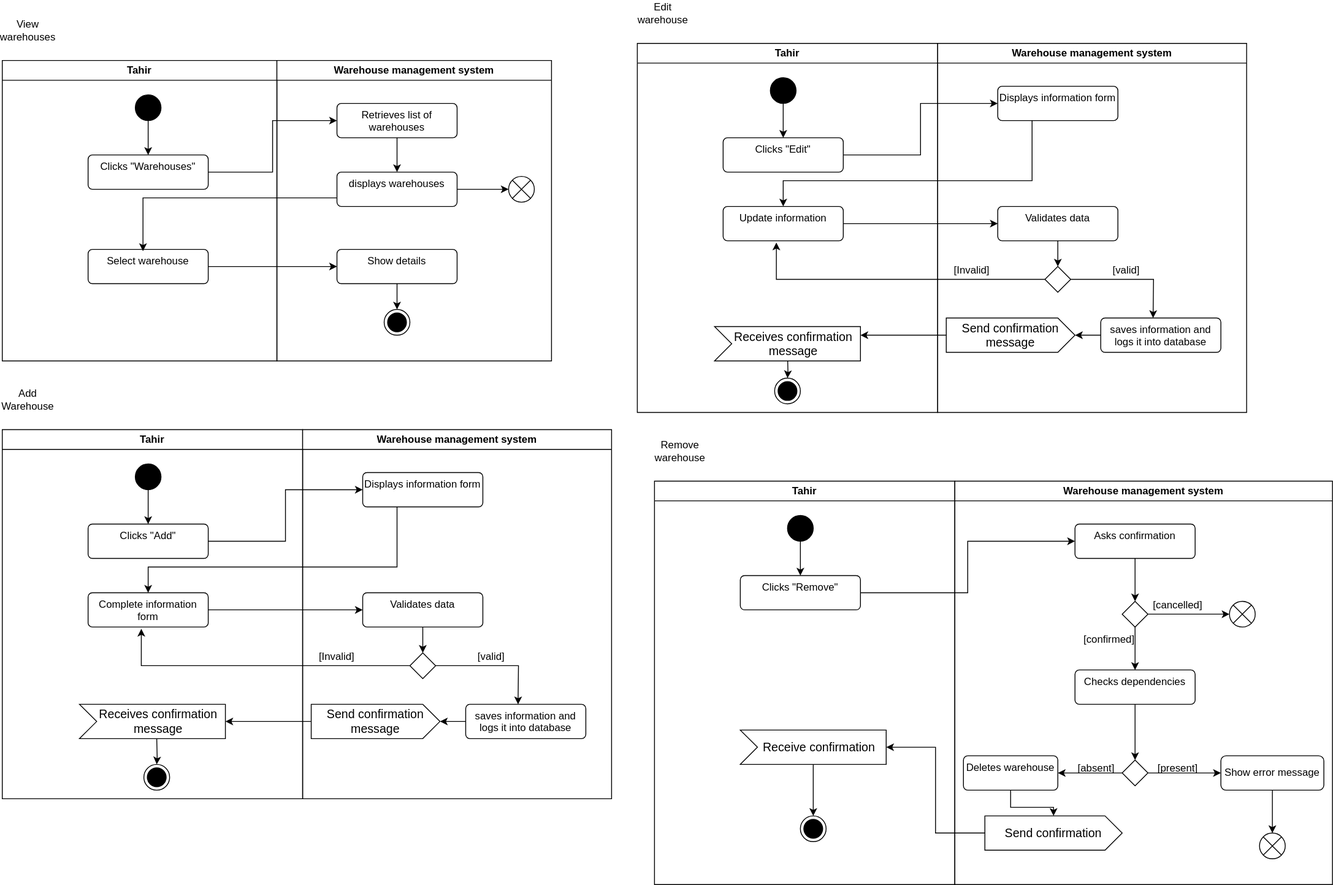
Above: warehouse_act.svg in Simamkele88/IFM3_GP (draw.io), before the change. Source tidied: cells renumbered, new cells last; positions are measured from the earlier drawing's top-left corner, leaving out a move shared by most shapes.
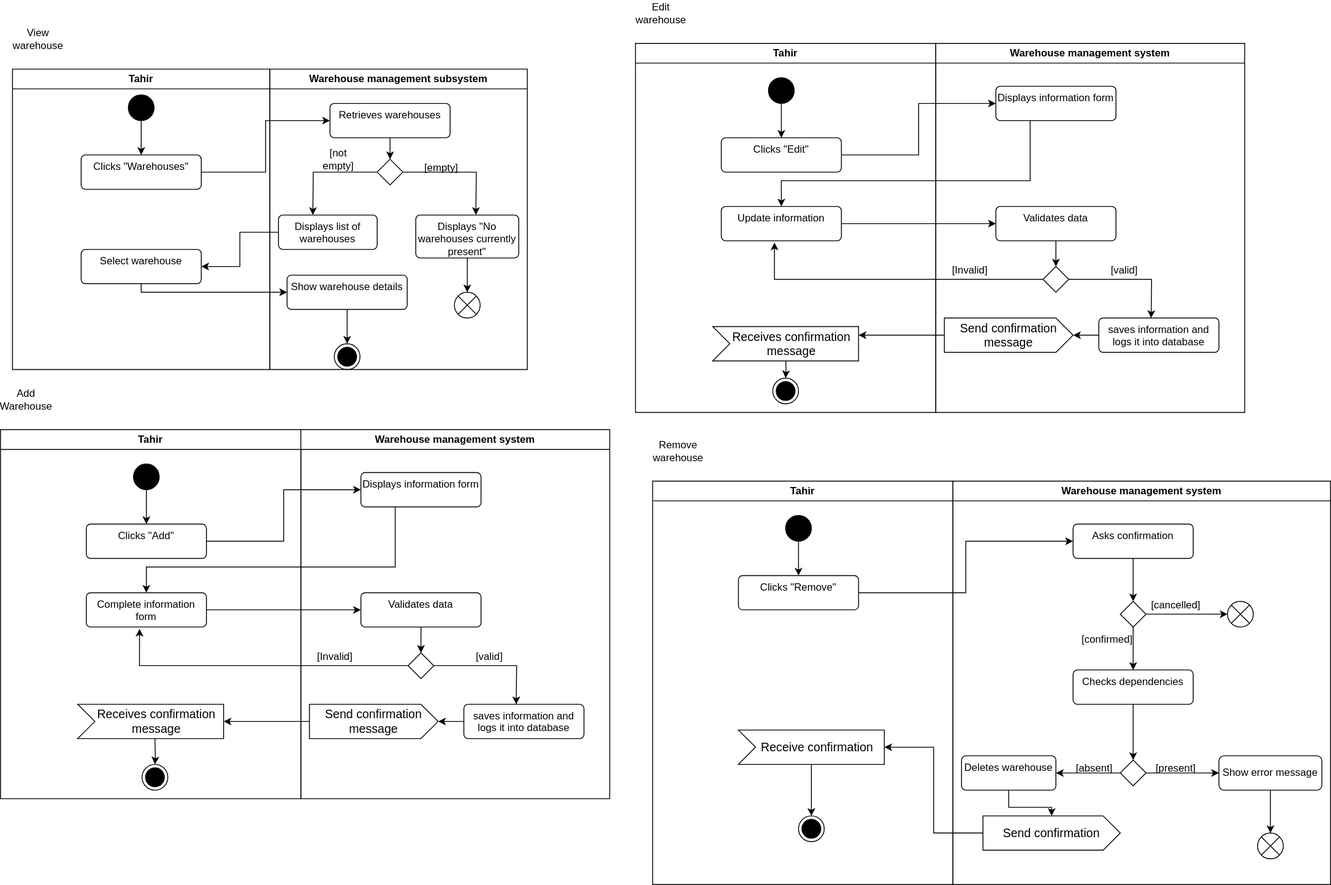
The same diagram one commit later.

Diff of the diagram source:
```diff
@@ -2,67 +2,6 @@
   <root>
     <mxCell id="0" />
     <mxCell id="1" parent="0" />
-    <mxCell id="2" value="Tahir" style="swimlane;whiteSpace=wrap;html=1;" parent="1" vertex="1">
-      <mxGeometry y="70" width="320" height="350" as="geometry" />
-    </mxCell>
-    <mxCell id="3" style="edgeStyle=orthogonalEdgeStyle;rounded=0;jettySize=auto;html=1;" parent="2" edge="1" source="4" target="5">
-      <mxGeometry relative="1" as="geometry" />
-    </mxCell>
-    <mxCell id="4" style="ellipse;fillColor=strokeColor;html=1;" parent="2" vertex="1">
-      <mxGeometry x="155" y="40" width="30" height="30" as="geometry" />
-    </mxCell>
-    <mxCell id="5" value="Clicks &quot;Warehouses&quot;" style="html=1;align=center;verticalAlign=top;rounded=1;absoluteArcSize=1;arcSize=10;dashed=0;whiteSpace=wrap;" parent="2" vertex="1">
-      <mxGeometry x="100" y="110" width="140" height="40" as="geometry" />
-    </mxCell>
-    <mxCell id="6" value="Select warehouse" style="html=1;align=center;verticalAlign=top;rounded=1;absoluteArcSize=1;arcSize=10;dashed=0;whiteSpace=wrap;" parent="2" vertex="1">
-      <mxGeometry x="100" y="220" width="140" height="40" as="geometry" />
-    </mxCell>
-    <mxCell id="7" value="Warehouse management system" style="swimlane;whiteSpace=wrap;html=1;" parent="1" vertex="1">
-      <mxGeometry x="320" y="70" width="320" height="350" as="geometry" />
-    </mxCell>
-    <mxCell id="8" style="edgeStyle=orthogonalEdgeStyle;rounded=0;jettySize=auto;html=1;" parent="7" edge="1" source="9" target="11">
-      <mxGeometry relative="1" as="geometry" />
-    </mxCell>
-    <mxCell id="9" value="Retrieves list of warehouses" style="html=1;align=center;verticalAlign=top;rounded=1;absoluteArcSize=1;arcSize=10;dashed=0;whiteSpace=wrap;" parent="7" vertex="1">
-      <mxGeometry x="70" y="50" width="140" height="40" as="geometry" />
-    </mxCell>
-    <mxCell id="10" style="edgeStyle=orthogonalEdgeStyle;rounded=0;jettySize=auto;html=1;" parent="7" edge="1" source="11" target="14">
-      <mxGeometry relative="1" as="geometry" />
-    </mxCell>
-    <mxCell id="11" value="displays warehouses" style="html=1;align=center;verticalAlign=top;rounded=1;absoluteArcSize=1;arcSize=10;dashed=0;whiteSpace=wrap;" parent="7" vertex="1">
-      <mxGeometry x="70" y="130" width="140" height="40" as="geometry" />
-    </mxCell>
-    <mxCell id="12" style="edgeStyle=orthogonalEdgeStyle;rounded=0;jettySize=auto;html=1;" parent="7" edge="1" source="13" target="15">
-      <mxGeometry relative="1" as="geometry" />
-    </mxCell>
-    <mxCell id="13" value="Show details" style="html=1;align=center;verticalAlign=top;rounded=1;absoluteArcSize=1;arcSize=10;dashed=0;whiteSpace=wrap;" parent="7" vertex="1">
-      <mxGeometry x="70" y="220" width="140" height="40" as="geometry" />
-    </mxCell>
-    <mxCell id="14" style="shape=sumEllipse;perimeter=ellipsePerimeter;html=1;backgroundOutline=1;" parent="7" vertex="1">
-      <mxGeometry x="270" y="135" width="30" height="30" as="geometry" />
-    </mxCell>
-    <mxCell id="15" style="ellipse;html=1;shape=endState;fillColor=strokeColor;" parent="7" vertex="1">
-      <mxGeometry x="125" y="290" width="30" height="30" as="geometry" />
-    </mxCell>
-    <mxCell id="16" style="edgeStyle=orthogonalEdgeStyle;rounded=0;jettySize=auto;html=1;entryX=0.457;entryY=0.05;entryDx=0;entryDy=0;entryPerimeter=0;" parent="1" edge="1" source="11" target="6">
-      <mxGeometry relative="1" as="geometry">
-        <Array as="points">
-          <mxPoint x="164" y="230" />
-        </Array>
-      </mxGeometry>
-    </mxCell>
-    <mxCell id="17" style="edgeStyle=orthogonalEdgeStyle;rounded=0;jettySize=auto;html=1;entryX=0;entryY=0.5;entryDx=0;entryDy=0;" parent="1" edge="1" source="5" target="9">
-      <mxGeometry relative="1" as="geometry" />
-    </mxCell>
-    <mxCell id="18" style="edgeStyle=orthogonalEdgeStyle;rounded=0;jettySize=auto;html=1;" parent="1" edge="1" source="6" target="13">
-      <mxGeometry relative="1" as="geometry" />
-    </mxCell>
-    <mxCell id="19" value="View warehouses" style="text;html=1;align=center;verticalAlign=middle;whiteSpace=wrap;rounded=0;" parent="1" vertex="1">
-      <mxGeometry y="20" width="60" height="30" as="geometry" />
-    </mxCell>
-    <mxCell id="20" style="edgeStyle=orthogonalEdgeStyle;rounded=0;orthogonalLoop=1;jettySize=auto;html=1;exitX=0.5;exitY=1;exitDx=0;exitDy=0;" parent="1" edge="1" source="19" target="19">
-      <mxGeometry relative="1" as="geometry" />
-    </mxCell>
     <mxCell id="21" value="Tahir" style="swimlane;whiteSpace=wrap;html=1;" parent="1" vertex="1">
       <mxGeometry y="500" width="350" height="430" as="geometry" />
     </mxCell>
@@ -342,5 +281,85 @@
     <mxCell id="105" style="edgeStyle=orthogonalEdgeStyle;rounded=0;jettySize=auto;html=1;entryX=1;entryY=0.5;entryDx=0;entryDy=0;entryPerimeter=0;" parent="1" edge="1" source="101" target="79">
       <mxGeometry relative="1" as="geometry" />
     </mxCell>
+    <mxCell id="2" value="Tahir" style="swimlane;whiteSpace=wrap;html=1;" parent="1" vertex="1">
+      <mxGeometry x="14" y="80" width="300" height="350" as="geometry" />
+    </mxCell>
+    <mxCell id="106" style="edgeStyle=orthogonalEdgeStyle;rounded=0;jettySize=auto;html=1;" parent="2" edge="1" source="107" target="5">
+      <mxGeometry relative="1" as="geometry" />
+    </mxCell>
+    <mxCell id="107" style="ellipse;fillColor=strokeColor;html=1;" parent="2" vertex="1">
+      <mxGeometry x="135" y="30" width="30" height="30" as="geometry" />
+    </mxCell>
+    <mxCell id="5" value="Clicks &quot;Warehouses&quot;" style="html=1;align=center;verticalAlign=top;rounded=1;absoluteArcSize=1;arcSize=10;dashed=0;whiteSpace=wrap;" parent="2" vertex="1">
+      <mxGeometry x="80" y="100" width="140" height="40" as="geometry" />
+    </mxCell>
+    <mxCell id="6" value="Select warehouse" style="html=1;align=center;verticalAlign=top;rounded=1;absoluteArcSize=1;arcSize=10;dashed=0;whiteSpace=wrap;" parent="2" vertex="1">
+      <mxGeometry x="80" y="210" width="140" height="40" as="geometry" />
+    </mxCell>
+    <mxCell id="108" value="Warehouse management subsystem" style="swimlane;whiteSpace=wrap;html=1;" parent="1" vertex="1">
+      <mxGeometry x="314" y="80" width="300" height="350" as="geometry" />
+    </mxCell>
+    <mxCell id="109" style="edgeStyle=orthogonalEdgeStyle;rounded=0;jettySize=auto;html=1;" parent="108" edge="1" source="110" target="113">
+      <mxGeometry relative="1" as="geometry" />
+    </mxCell>
+    <mxCell id="110" value="Retrieves warehouses" style="html=1;align=center;verticalAlign=top;rounded=1;absoluteArcSize=1;arcSize=10;dashed=0;whiteSpace=wrap;" parent="108" vertex="1">
+      <mxGeometry x="70" y="40" width="140" height="40" as="geometry" />
+    </mxCell>
+    <mxCell id="111" style="edgeStyle=orthogonalEdgeStyle;rounded=0;jettySize=auto;html=1;" parent="108" edge="1" source="113">
+      <mxGeometry relative="1" as="geometry">
+        <mxPoint x="50" y="170" as="targetPoint" />
+      </mxGeometry>
+    </mxCell>
+    <mxCell id="112" style="edgeStyle=orthogonalEdgeStyle;rounded=0;jettySize=auto;html=1;" parent="108" edge="1" source="113">
+      <mxGeometry relative="1" as="geometry">
+        <mxPoint x="240" y="170" as="targetPoint" />
+      </mxGeometry>
+    </mxCell>
+    <mxCell id="113" style="rhombus;" parent="108" vertex="1">
+      <mxGeometry x="125" y="105" width="30" height="30" as="geometry" />
+    </mxCell>
+    <mxCell id="114" value="Displays list of warehouses" style="html=1;align=center;verticalAlign=top;rounded=1;absoluteArcSize=1;arcSize=10;dashed=0;whiteSpace=wrap;" parent="108" vertex="1">
+      <mxGeometry x="10" y="170" width="115" height="40" as="geometry" />
+    </mxCell>
+    <mxCell id="115" style="edgeStyle=orthogonalEdgeStyle;rounded=0;jettySize=auto;html=1;" parent="108" edge="1" source="116" target="119">
+      <mxGeometry relative="1" as="geometry" />
+    </mxCell>
+    <mxCell id="116" value="Displays &quot;No warehouses currently present&quot;" style="html=1;align=center;verticalAlign=top;rounded=1;absoluteArcSize=1;arcSize=10;dashed=0;whiteSpace=wrap;" parent="108" vertex="1">
+      <mxGeometry x="170" y="170" width="120" height="50" as="geometry" />
+    </mxCell>
+    <mxCell id="117" value="[not empty]" style="text;html=1;align=center;verticalAlign=middle;whiteSpace=wrap;rounded=0;" parent="108" vertex="1">
+      <mxGeometry x="50" y="90" width="60" height="30" as="geometry" />
+    </mxCell>
+    <mxCell id="118" value="[empty]" style="text;html=1;align=center;verticalAlign=middle;whiteSpace=wrap;rounded=0;" parent="108" vertex="1">
+      <mxGeometry x="170" y="100" width="60" height="30" as="geometry" />
+    </mxCell>
+    <mxCell id="119" style="shape=sumEllipse;perimeter=ellipsePerimeter;html=1;backgroundOutline=1;" parent="108" vertex="1">
+      <mxGeometry x="215" y="260" width="30" height="30" as="geometry" />
+    </mxCell>
+    <mxCell id="120" style="edgeStyle=orthogonalEdgeStyle;rounded=0;jettySize=auto;html=1;" parent="108" edge="1" source="121" target="122">
+      <mxGeometry relative="1" as="geometry" />
+    </mxCell>
+    <mxCell id="121" value="Show warehouse details" style="html=1;align=center;verticalAlign=top;rounded=1;absoluteArcSize=1;arcSize=10;dashed=0;whiteSpace=wrap;" parent="108" vertex="1">
+      <mxGeometry x="20" y="240" width="140" height="40" as="geometry" />
+    </mxCell>
+    <mxCell id="122" style="ellipse;html=1;shape=endState;fillColor=strokeColor;" parent="108" vertex="1">
+      <mxGeometry x="75" y="320" width="30" height="30" as="geometry" />
+    </mxCell>
+    <mxCell id="123" style="edgeStyle=orthogonalEdgeStyle;rounded=0;jettySize=auto;html=1;entryX=0;entryY=0.5;entryDx=0;entryDy=0;" parent="1" edge="1" source="5" target="110">
+      <mxGeometry relative="1" as="geometry" />
+    </mxCell>
+    <mxCell id="124" style="edgeStyle=orthogonalEdgeStyle;rounded=0;jettySize=auto;html=1;entryX=1;entryY=0.5;entryDx=0;entryDy=0;" parent="1" edge="1" source="114" target="6">
+      <mxGeometry relative="1" as="geometry" />
+    </mxCell>
+    <mxCell id="125" style="edgeStyle=orthogonalEdgeStyle;rounded=0;jettySize=auto;html=1;entryX=0;entryY=0.5;entryDx=0;entryDy=0;" parent="1" edge="1" source="6" target="121">
+      <mxGeometry relative="1" as="geometry">
+        <Array as="points">
+          <mxPoint x="164" y="340" />
+        </Array>
+      </mxGeometry>
+    </mxCell>
+    <mxCell id="126" value="View warehouse" style="text;html=1;align=center;verticalAlign=middle;whiteSpace=wrap;rounded=0;" parent="1" vertex="1">
+      <mxGeometry x="14" y="30" width="60" height="30" as="geometry" />
+    </mxCell>
   </root>
 </mxGraphModel>
```
